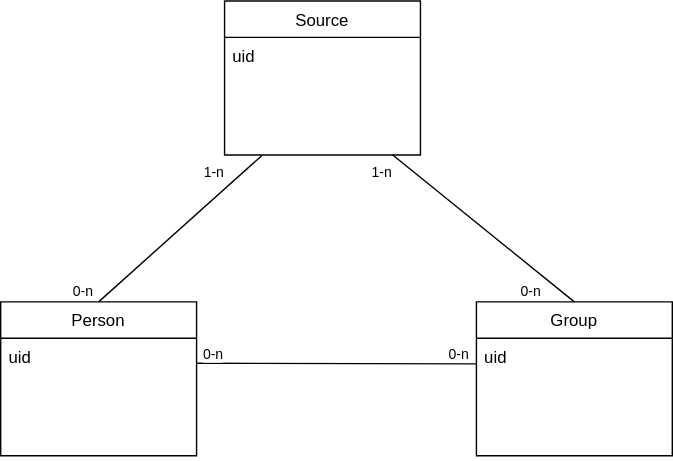
The draw.io diagram docs/img/g5-db-model.svg in tig12/g5, before a commit. Source tidied: cells renumbered, new cells last; positions are measured from the earlier drawing's top-left corner, leaving out a move shared by most shapes.
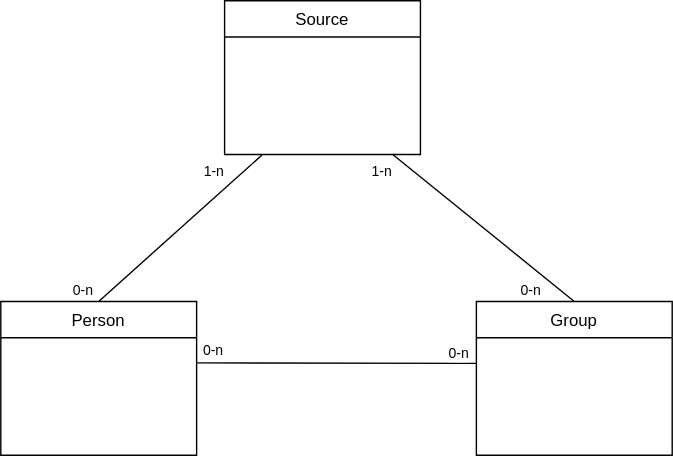
After the change.

The edit, as a diff of the source:
```diff
@@ -5,17 +5,13 @@
     <mxCell id="2" value="Source" style="swimlane;fontStyle=0;horizontal=1;startSize=26;fillColor=none;" parent="1" vertex="1">
       <mxGeometry x="160" width="140" height="110" as="geometry" />
     </mxCell>
-    <mxCell id="3" value="uid" style="text;strokeColor=none;fillColor=none;align=left;verticalAlign=top;spacingLeft=4;spacingRight=4;overflow=hidden;points=[[0,0.5],[1,0.5]];portConstraint=eastwest;" parent="2" vertex="1">
-      <mxGeometry y="26" width="140" height="84" as="geometry" />
-    </mxCell>
     <mxCell id="4" value="Person" style="swimlane;fontStyle=0;horizontal=1;startSize=26;fillColor=none;" parent="1" vertex="1">
       <mxGeometry y="215" width="140" height="110" as="geometry" />
     </mxCell>
-    <mxCell id="5" value="uid" style="text;strokeColor=none;fillColor=none;align=left;verticalAlign=top;spacingLeft=4;spacingRight=4;overflow=hidden;points=[[0,0.5],[1,0.5]];portConstraint=eastwest;" parent="4" vertex="1">
-      <mxGeometry y="26" width="140" height="84" as="geometry" />
-    </mxCell>
-    <mxCell id="6" style="endArrow=none;html=1;exitX=0.5;exitY=0;exitDx=0;exitDy=0;entryX=0.191;entryY=1.004;entryDx=0;entryDy=0;entryPerimeter=0;" parent="1" edge="1" source="4" target="3">
-      <mxGeometry relative="1" as="geometry" />
+    <mxCell id="6" style="endArrow=none;html=1;exitX=0.5;exitY=0;exitDx=0;exitDy=0;entryX=0.191;entryY=1.004;entryDx=0;entryDy=0;entryPerimeter=0;" parent="1" edge="1" source="4">
+      <mxGeometry relative="1" as="geometry">
+        <mxPoint x="186.7" y="110.3" as="targetPoint" />
+      </mxGeometry>
     </mxCell>
     <mxCell id="7" value="0-n" style="html=1;align=left;verticalAlign=bottom;labelBackgroundColor=#ffffff;fontSize=10;" parent="6" vertex="1">
       <mxGeometry x="-1" relative="1" as="geometry">
@@ -27,8 +23,10 @@
         <mxPoint x="-26.6" y="19.6" as="offset" />
       </mxGeometry>
     </mxCell>
-    <mxCell id="9" style="endArrow=none;html=1;exitX=0.5;exitY=0;exitDx=0;exitDy=0;entryX=0.857;entryY=0.998;entryDx=0;entryDy=0;entryPerimeter=0;" parent="1" edge="1" source="15" target="3">
-      <mxGeometry relative="1" as="geometry" />
+    <mxCell id="9" style="endArrow=none;html=1;exitX=0.5;exitY=0;exitDx=0;exitDy=0;entryX=0.857;entryY=0.998;entryDx=0;entryDy=0;entryPerimeter=0;" parent="1" edge="1" source="15">
+      <mxGeometry relative="1" as="geometry">
+        <mxPoint x="280" y="109.8" as="targetPoint" />
+      </mxGeometry>
     </mxCell>
     <mxCell id="10" value="0-n" style="html=1;align=left;verticalAlign=bottom;labelBackgroundColor=#ffffff;fontSize=10;" parent="9" vertex="1">
       <mxGeometry x="-1" relative="1" as="geometry">
@@ -40,12 +38,15 @@
         <mxPoint x="0.1" y="19.6" as="offset" />
       </mxGeometry>
     </mxCell>
-    <mxCell id="12" style="endArrow=none;html=1;exitX=1.003;exitY=0.213;exitDx=0;exitDy=0;exitPerimeter=0;entryX=-0.002;entryY=0.218;entryDx=0;entryDy=0;entryPerimeter=0;" parent="1" edge="1" source="5" target="16">
-      <mxGeometry relative="1" as="geometry" />
+    <mxCell id="12" style="endArrow=none;html=1;exitX=1.003;exitY=0.213;exitDx=0;exitDy=0;exitPerimeter=0;entryX=-0.002;entryY=0.218;entryDx=0;entryDy=0;entryPerimeter=0;" parent="1" edge="1">
+      <mxGeometry relative="1" as="geometry">
+        <mxPoint x="140.4" y="258.9" as="sourcePoint" />
+        <mxPoint x="339.7" y="259.3" as="targetPoint" />
+      </mxGeometry>
     </mxCell>
     <mxCell id="13" value="0-n" style="html=1;align=left;verticalAlign=bottom;labelBackgroundColor=#ffffff;fontSize=10;" parent="12" vertex="1">
       <mxGeometry x="-1" relative="1" as="geometry">
-        <mxPoint x="3" y="1" as="offset" />
+        <mxPoint x="3" y="-1" as="offset" />
       </mxGeometry>
     </mxCell>
     <mxCell id="14" value="0-n" style="html=1;align=right;verticalAlign=bottom;labelBackgroundColor=#ffffff;fontSize=10;" parent="12" vertex="1">
@@ -56,8 +57,5 @@
     <mxCell id="15" value="Group" style="swimlane;fontStyle=0;horizontal=1;startSize=26;fillColor=none;" parent="1" vertex="1">
       <mxGeometry x="340" y="215" width="140" height="110" as="geometry" />
     </mxCell>
-    <mxCell id="16" value="uid" style="text;strokeColor=none;fillColor=none;align=left;verticalAlign=top;spacingLeft=4;spacingRight=4;overflow=hidden;points=[[0,0.5],[1,0.5]];portConstraint=eastwest;" parent="15" vertex="1">
-      <mxGeometry y="26" width="140" height="84" as="geometry" />
-    </mxCell>
   </root>
 </mxGraphModel>
```
